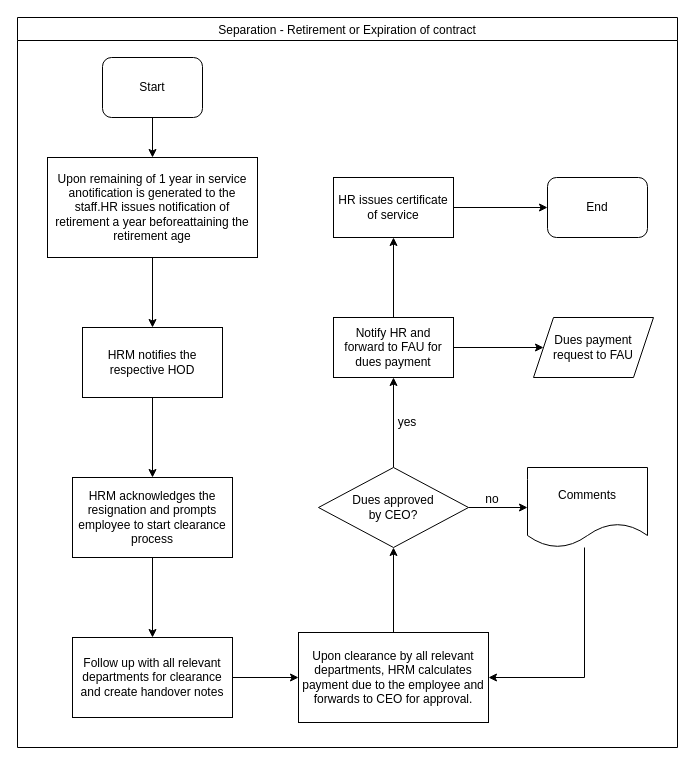
The draw.io diagram TPF-HR-Separation – Retirement or Expiration of contract.drawio in kmagua/flowcharts, before the edit. Source tidied: cells renumbered, new cells numbered last; positions are measured from the earlier drawing's top-left corner, leaving out a move shared by most shapes. Both pictures are drawn from the tidied source at 100%, with x=0, y=0 at pixel (17, 17).
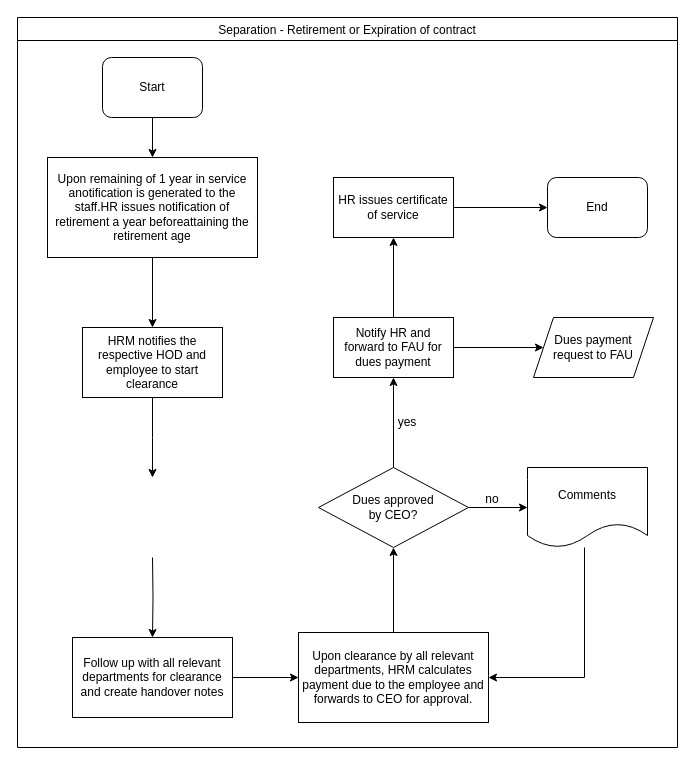
Above is the later version.

The change refers to these unchanged cells:
```xml
<mxCell id="2" value="Separation - Retirement or Expiration of contract" style="swimlane;fontStyle=0;" parent="1" vertex="1">
  <mxGeometry width="660" height="730" as="geometry" />
</mxCell>
<mxCell id="12" value="&lt;span lang=&quot;EN-GB&quot;&gt;Follow up with all relevant departments for clearance and create handover notes&lt;/span&gt;" style="rounded=0;whiteSpace=wrap;html=1;" parent="2" vertex="1">
  <mxGeometry x="55" y="620" width="160" height="80" as="geometry" />
</mxCell>
```

What changed in the source:
```diff
@@
-    <mxCell id="7" style="edgeStyle=orthogonalEdgeStyle;rounded=0;jettySize=auto;html=1;" parent="2" edge="1" source="8" target="10">
-      <mxGeometry relative="1" as="geometry" />
+    <mxCell id="7" style="edgeStyle=orthogonalEdgeStyle;rounded=0;jettySize=auto;html=1;" parent="2" edge="1" source="8">
+      <mxGeometry relative="1" as="geometry">
+        <mxPoint x="135" y="460" as="targetPoint" />
+      </mxGeometry>
     </mxCell>
-    <mxCell id="8" value="&lt;span lang=&quot;EN-GB&quot;&gt;HRM notifies the respective HOD&lt;/span&gt;" style="rounded=0;whiteSpace=wrap;html=1;" parent="2" vertex="1">
+    <mxCell id="8" value="&lt;span lang=&quot;EN-GB&quot;&gt;HRM notifies the respective HOD and employee to start clearance&lt;br&gt;&lt;/span&gt;" style="rounded=0;whiteSpace=wrap;html=1;" parent="2" vertex="1">
       <mxGeometry x="65" y="310" width="140" height="70" as="geometry" />
     </mxCell>
-    <mxCell id="9" style="edgeStyle=orthogonalEdgeStyle;rounded=0;jettySize=auto;html=1;" parent="2" edge="1" source="10" target="12">
-      <mxGeometry relative="1" as="geometry" />
+    <mxCell id="9" style="edgeStyle=orthogonalEdgeStyle;rounded=0;jettySize=auto;html=1;" parent="2" edge="1" target="12">
+      <mxGeometry relative="1" as="geometry">
+        <mxPoint x="135" y="540" as="sourcePoint" />
+      </mxGeometry>
     </mxCell>
-    <mxCell id="10" value="&lt;span lang=&quot;EN-GB&quot;&gt;HRM acknowledges the resignation and prompts employee to start clearance process&lt;br&gt;&lt;/span&gt;" style="rounded=0;whiteSpace=wrap;html=1;" parent="2" vertex="1">
-      <mxGeometry x="55" y="460" width="160" height="80" as="geometry" />
-    </mxCell>
```
